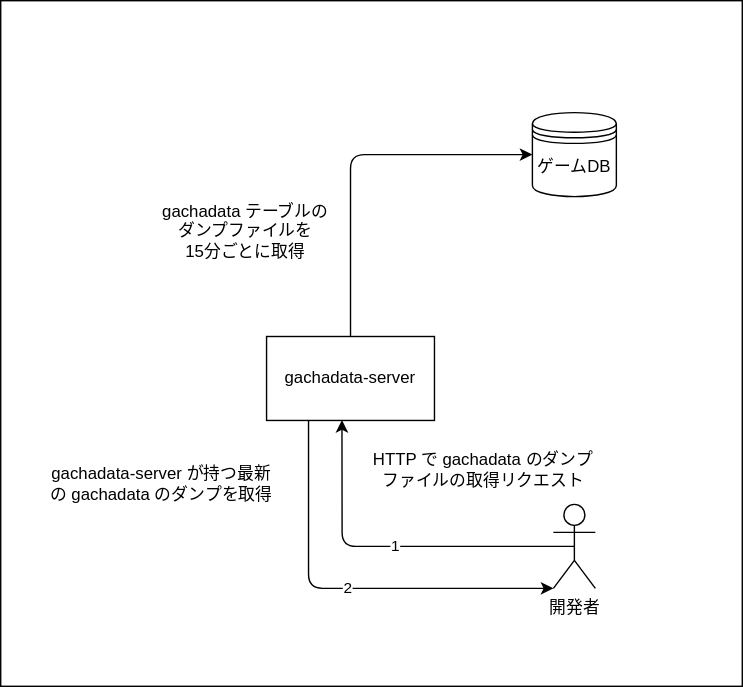
Earlier version of the draw.io export docs/overview.drawio.svg (GiganticMinecraft/gachadata-server). Source tidied: cells renumbered, new cells last; positions are measured from the earlier drawing's top-left corner, leaving out a move shared by most shapes. The source it was exported from:
```xml
<mxGraphModel>
  <root>
    <mxCell id="0" />
    <mxCell id="1" parent="0" />
    <mxCell id="2" style="rounded=0;whiteSpace=wrap;html=1;" parent="1" vertex="1">
      <mxGeometry width="530" height="490" as="geometry" />
    </mxCell>
    <mxCell id="3" value="gachadata-server" style="rounded=0;whiteSpace=wrap;html=1;" parent="1" vertex="1">
      <mxGeometry x="190" y="240" width="120" height="60" as="geometry" />
    </mxCell>
    <mxCell id="4" value="ゲームDB" style="shape=datastore;whiteSpace=wrap;html=1;" parent="1" vertex="1">
      <mxGeometry x="380" y="80" width="60" height="60" as="geometry" />
    </mxCell>
    <mxCell id="5" style="endArrow=classic;html=1;entryX=0;entryY=0.5;entryDx=0;entryDy=0;exitX=0.5;exitY=0;exitDx=0;exitDy=0;" parent="1" edge="1" source="3" target="4">
      <mxGeometry relative="1" as="geometry">
        <Array as="points">
          <mxPoint x="250" y="110" />
        </Array>
      </mxGeometry>
    </mxCell>
    <mxCell id="6" value="gachadata テーブルのダンプファイルを&lt;br&gt;15分ごとに取得" style="text;html=1;strokeColor=none;fillColor=none;align=center;verticalAlign=middle;whiteSpace=wrap;rounded=0;" parent="1" vertex="1">
      <mxGeometry x="110" y="150" width="130" height="30" as="geometry" />
    </mxCell>
    <mxCell id="7" value="開発者" style="shape=umlActor;verticalLabelPosition=bottom;verticalAlign=top;html=1;outlineConnect=0;" parent="1" vertex="1">
      <mxGeometry x="395" y="360" width="30" height="60" as="geometry" />
    </mxCell>
    <mxCell id="8" value="gachadata-server が持つ最新の gachadata のダンプを取得" style="text;html=1;strokeColor=none;fillColor=none;align=center;verticalAlign=middle;whiteSpace=wrap;rounded=0;" parent="1" vertex="1">
      <mxGeometry x="30" y="330" width="170" height="30" as="geometry" />
    </mxCell>
    <mxCell id="9" value="HTTP で gachadata のダンプファイルの取得リクエスト" style="text;html=1;strokeColor=none;fillColor=none;align=center;verticalAlign=middle;whiteSpace=wrap;rounded=0;" parent="1" vertex="1">
      <mxGeometry x="265" y="320" width="160" height="30" as="geometry" />
    </mxCell>
    <mxCell id="10" style="endArrow=classic;html=1;exitX=0.5;exitY=0.5;exitDx=0;exitDy=0;exitPerimeter=0;entryX=0.449;entryY=0.995;entryDx=0;entryDy=0;entryPerimeter=0;" parent="1" edge="1" source="7" target="3">
      <mxGeometry relative="1" as="geometry">
        <Array as="points">
          <mxPoint x="244" y="390" />
        </Array>
      </mxGeometry>
    </mxCell>
    <mxCell id="11" value="1" style="edgeLabel;html=1;align=center;verticalAlign=middle;" parent="10" vertex="1">
      <mxGeometry relative="1" as="geometry" />
    </mxCell>
    <mxCell id="12" style="endArrow=classic;html=1;exitX=0.25;exitY=1;exitDx=0;exitDy=0;entryX=0;entryY=1;entryDx=0;entryDy=0;entryPerimeter=0;" parent="1" edge="1" source="3" target="7">
      <mxGeometry relative="1" as="geometry">
        <Array as="points">
          <mxPoint x="220" y="420" />
        </Array>
      </mxGeometry>
    </mxCell>
    <mxCell id="13" value="2" style="edgeLabel;html=1;align=center;verticalAlign=middle;" parent="12" vertex="1">
      <mxGeometry relative="1" as="geometry" />
    </mxCell>
  </root>
</mxGraphModel>
```
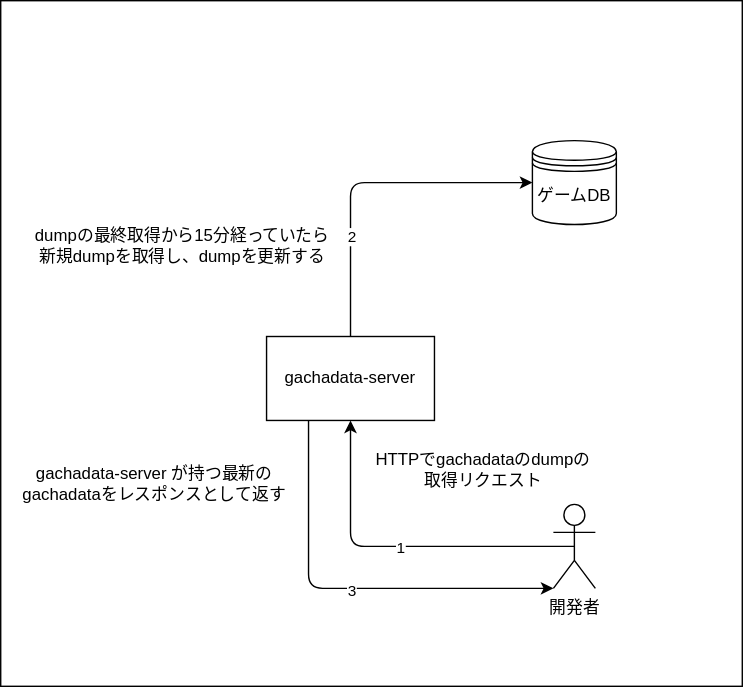
After the change.

Commit message:
docs: overviewを実装に合わせる

Diff of the diagram source:
```diff
@@ -9,31 +9,25 @@
       <mxGeometry x="190" y="240" width="120" height="60" as="geometry" />
     </mxCell>
     <mxCell id="4" value="ゲームDB" style="shape=datastore;whiteSpace=wrap;html=1;" parent="1" vertex="1">
-      <mxGeometry x="380" y="80" width="60" height="60" as="geometry" />
+      <mxGeometry x="380" y="100" width="60" height="60" as="geometry" />
     </mxCell>
-    <mxCell id="5" style="endArrow=classic;html=1;entryX=0;entryY=0.5;entryDx=0;entryDy=0;exitX=0.5;exitY=0;exitDx=0;exitDy=0;" parent="1" edge="1" source="3" target="4">
-      <mxGeometry relative="1" as="geometry">
-        <Array as="points">
-          <mxPoint x="250" y="110" />
-        </Array>
-      </mxGeometry>
-    </mxCell>
-    <mxCell id="6" value="gachadata テーブルのダンプファイルを&lt;br&gt;15分ごとに取得" style="text;html=1;strokeColor=none;fillColor=none;align=center;verticalAlign=middle;whiteSpace=wrap;rounded=0;" parent="1" vertex="1">
-      <mxGeometry x="110" y="150" width="130" height="30" as="geometry" />
+    <mxCell id="6" value="dumpの最終取得から15分経っていたら新規dumpを取得し、dumpを更新する" style="text;html=1;strokeColor=none;fillColor=none;align=center;verticalAlign=middle;whiteSpace=wrap;rounded=0;" parent="1" vertex="1">
+      <mxGeometry x="20" y="160" width="220" height="30" as="geometry" />
     </mxCell>
     <mxCell id="7" value="開発者" style="shape=umlActor;verticalLabelPosition=bottom;verticalAlign=top;html=1;outlineConnect=0;" parent="1" vertex="1">
       <mxGeometry x="395" y="360" width="30" height="60" as="geometry" />
     </mxCell>
-    <mxCell id="8" value="gachadata-server が持つ最新の gachadata のダンプを取得" style="text;html=1;strokeColor=none;fillColor=none;align=center;verticalAlign=middle;whiteSpace=wrap;rounded=0;" parent="1" vertex="1">
-      <mxGeometry x="30" y="330" width="170" height="30" as="geometry" />
+    <mxCell id="8" value="gachadata-server が持つ最新の gachadataをレスポンスとして返す" style="text;html=1;strokeColor=none;fillColor=none;align=center;verticalAlign=middle;whiteSpace=wrap;rounded=0;" parent="1" vertex="1">
+      <mxGeometry x="10" y="330" width="200" height="30" as="geometry" />
     </mxCell>
-    <mxCell id="9" value="HTTP で gachadata のダンプファイルの取得リクエスト" style="text;html=1;strokeColor=none;fillColor=none;align=center;verticalAlign=middle;whiteSpace=wrap;rounded=0;" parent="1" vertex="1">
+    <mxCell id="9" value="HTTPでgachadataのdumpの取得リクエスト" style="text;html=1;strokeColor=none;fillColor=none;align=center;verticalAlign=middle;whiteSpace=wrap;rounded=0;" parent="1" vertex="1">
       <mxGeometry x="265" y="320" width="160" height="30" as="geometry" />
     </mxCell>
-    <mxCell id="10" style="endArrow=classic;html=1;exitX=0.5;exitY=0.5;exitDx=0;exitDy=0;exitPerimeter=0;entryX=0.449;entryY=0.995;entryDx=0;entryDy=0;entryPerimeter=0;" parent="1" edge="1" source="7" target="3">
+    <mxCell id="10" style="endArrow=classic;html=1;exitX=0.5;exitY=0.5;exitDx=0;exitDy=0;exitPerimeter=0;" parent="1" edge="1" source="7">
       <mxGeometry relative="1" as="geometry">
+        <mxPoint x="250" y="300" as="targetPoint" />
         <Array as="points">
-          <mxPoint x="244" y="390" />
+          <mxPoint x="250" y="390" />
         </Array>
       </mxGeometry>
     </mxCell>
@@ -47,8 +41,18 @@
         </Array>
       </mxGeometry>
     </mxCell>
+    <mxCell id="14" value="3" style="edgeLabel;html=1;align=center;verticalAlign=middle;" parent="12" vertex="1">
+      <mxGeometry x="0.02" y="-1" relative="1" as="geometry" />
+    </mxCell>
+    <mxCell id="5" style="endArrow=classic;html=1;exitX=0.5;exitY=0;exitDx=0;exitDy=0;entryX=0;entryY=0.5;entryDx=0;entryDy=0;" parent="1" edge="1" source="3" target="4">
+      <mxGeometry relative="1" as="geometry">
+        <Array as="points">
+          <mxPoint x="250" y="130" />
+        </Array>
+      </mxGeometry>
+    </mxCell>
-    <mxCell id="13" value="2" style="edgeLabel;html=1;align=center;verticalAlign=middle;" parent="12" vertex="1">
-      <mxGeometry relative="1" as="geometry" />
+    <mxCell id="13" value="2" style="edgeLabel;html=1;align=center;verticalAlign=middle;" parent="5" vertex="1">
+      <mxGeometry x="-0.4" relative="1" as="geometry" />
     </mxCell>
   </root>
 </mxGraphModel>
```
